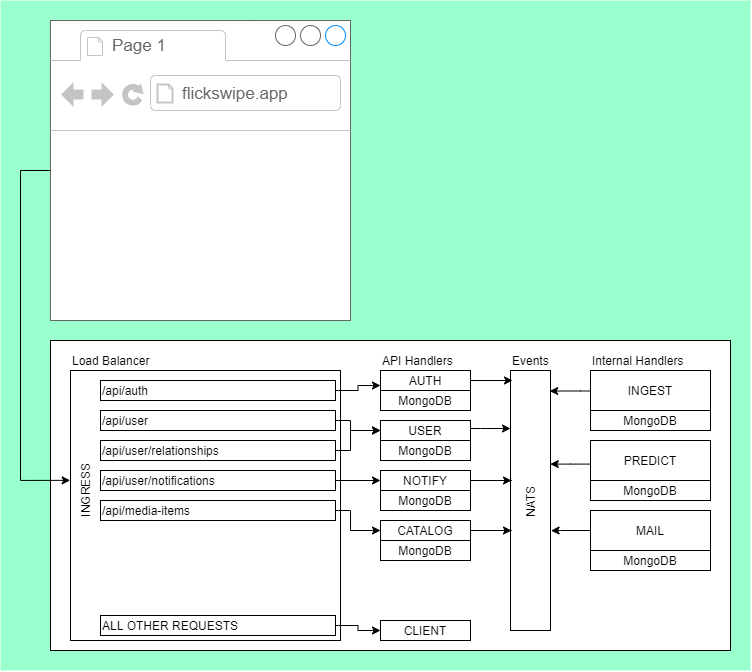
Earlier version of the draw.io export docs/server-diagram.png (flickswipe/app). Source tidied: cells renumbered, new cells last; positions are measured from the earlier drawing's top-left corner, leaving out a move shared by most shapes.
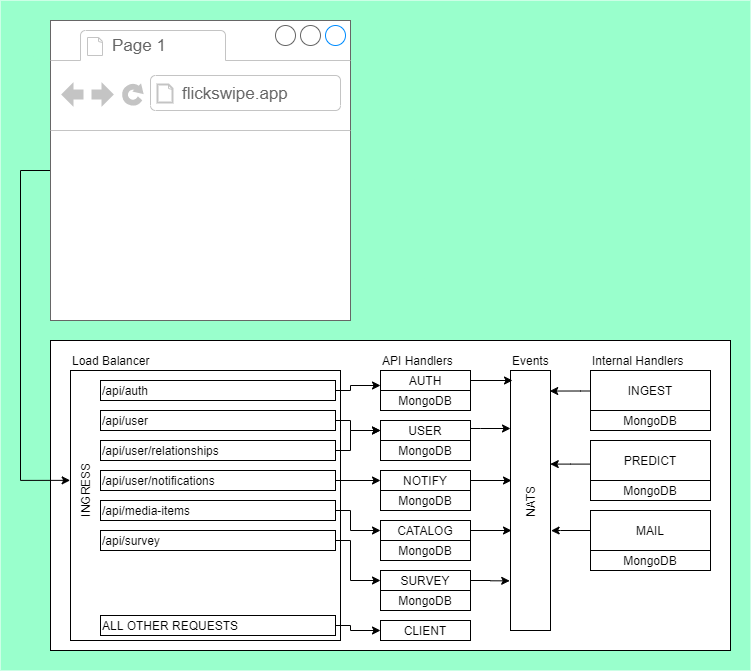
The same diagram one commit later.

Commit message:
Update with new microservice structure

Change to the diagram source:
```diff
@@ -188,13 +188,23 @@
       <mxGeometry x="100" y="500" width="235" height="20" as="geometry" />
     </mxCell>
     <mxCell id="47" style="edgeStyle=orthogonalEdgeStyle;rounded=0;jettySize=auto;html=1;entryX=0;entryY=0.5;entryDx=0;entryDy=0;" parent="1" edge="1" source="48" target="17">
-      <mxGeometry relative="1" as="geometry" />
+      <mxGeometry relative="1" as="geometry">
+        <Array as="points">
+          <mxPoint x="350" y="625" />
+          <mxPoint x="350" y="630" />
+        </Array>
+      </mxGeometry>
     </mxCell>
     <mxCell id="48" value="&lt;div&gt;ALL OTHER REQUESTS&lt;/div&gt;" style="rounded=0;whiteSpace=wrap;html=1;align=left;" parent="1" vertex="1">
       <mxGeometry x="100" y="615" width="235" height="20" as="geometry" />
     </mxCell>
     <mxCell id="49" style="edgeStyle=orthogonalEdgeStyle;rounded=0;jettySize=auto;html=1;entryX=0;entryY=0.75;entryDx=0;entryDy=0;" parent="1" edge="1" source="50" target="10">
-      <mxGeometry relative="1" as="geometry" />
+      <mxGeometry relative="1" as="geometry">
+        <Array as="points">
+          <mxPoint x="350" y="390" />
+          <mxPoint x="350" y="385" />
+        </Array>
+      </mxGeometry>
     </mxCell>
     <mxCell id="50" value="/api/auth" style="rounded=0;whiteSpace=wrap;html=1;align=left;" parent="1" vertex="1">
       <mxGeometry x="100" y="380" width="235" height="20" as="geometry" />
@@ -220,5 +230,28 @@
     <mxCell id="57" value="MongoDB" style="rounded=0;whiteSpace=wrap;html=1;" parent="1" vertex="1">
       <mxGeometry x="380" y="440" width="90" height="20" as="geometry" />
     </mxCell>
+    <mxCell id="58" style="group;" parent="1" vertex="1">
+      <mxGeometry x="380" y="570" width="90" height="40" as="geometry" />
+    </mxCell>
+    <mxCell id="59" value="MongoDB" style="rounded=0;whiteSpace=wrap;html=1;" parent="58" vertex="1">
+      <mxGeometry y="20" width="90" height="20" as="geometry" />
+    </mxCell>
+    <mxCell id="60" value="SURVEY" style="rounded=0;whiteSpace=wrap;html=1;" parent="58" vertex="1">
+      <mxGeometry width="90" height="20" as="geometry" />
+    </mxCell>
+    <mxCell id="61" style="edgeStyle=orthogonalEdgeStyle;rounded=0;jettySize=auto;html=1;entryX=-0.02;entryY=0.809;entryDx=0;entryDy=0;entryPerimeter=0;" parent="1" edge="1" source="60" target="19">
+      <mxGeometry relative="1" as="geometry" />
+    </mxCell>
+    <mxCell id="62" style="edgeStyle=orthogonalEdgeStyle;rounded=0;jettySize=auto;html=1;entryX=0;entryY=0.5;entryDx=0;entryDy=0;" parent="1" edge="1" source="63" target="60">
+      <mxGeometry relative="1" as="geometry">
+        <Array as="points">
+          <mxPoint x="350" y="540" />
+          <mxPoint x="350" y="580" />
+        </Array>
+      </mxGeometry>
+    </mxCell>
+    <mxCell id="63" value="&lt;div&gt;/api/survey&lt;/div&gt;" style="rounded=0;whiteSpace=wrap;html=1;align=left;" parent="1" vertex="1">
+      <mxGeometry x="100" y="530" width="235" height="20" as="geometry" />
+    </mxCell>
   </root>
 </mxGraphModel>
```
